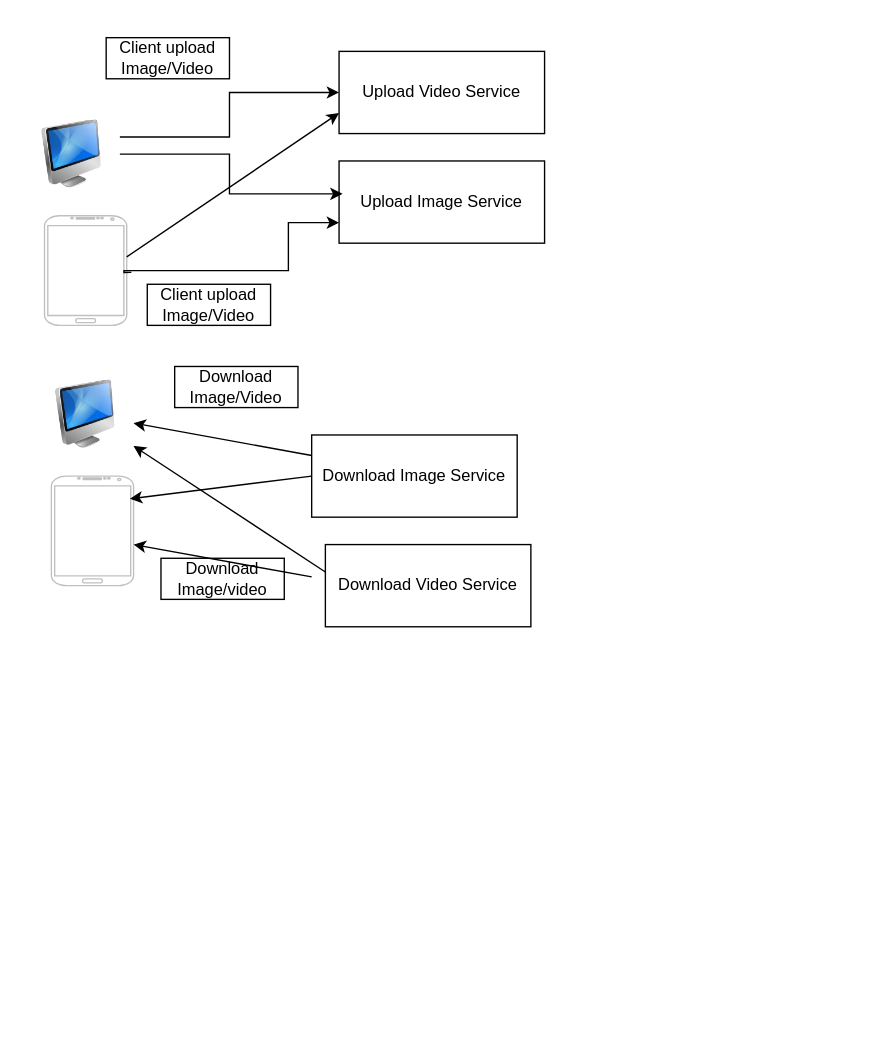
Earlier version of the draw.io diagram Untitled Diagram.drawio (kumar4887/hello-world). Source tidied: cells renumbered, new cells numbered last; positions are measured from the earlier drawing's top-left corner, leaving out a move shared by most shapes. Both pictures are drawn from the tidied source at 137%, with x=0, y=0 at pixel (23, 37).
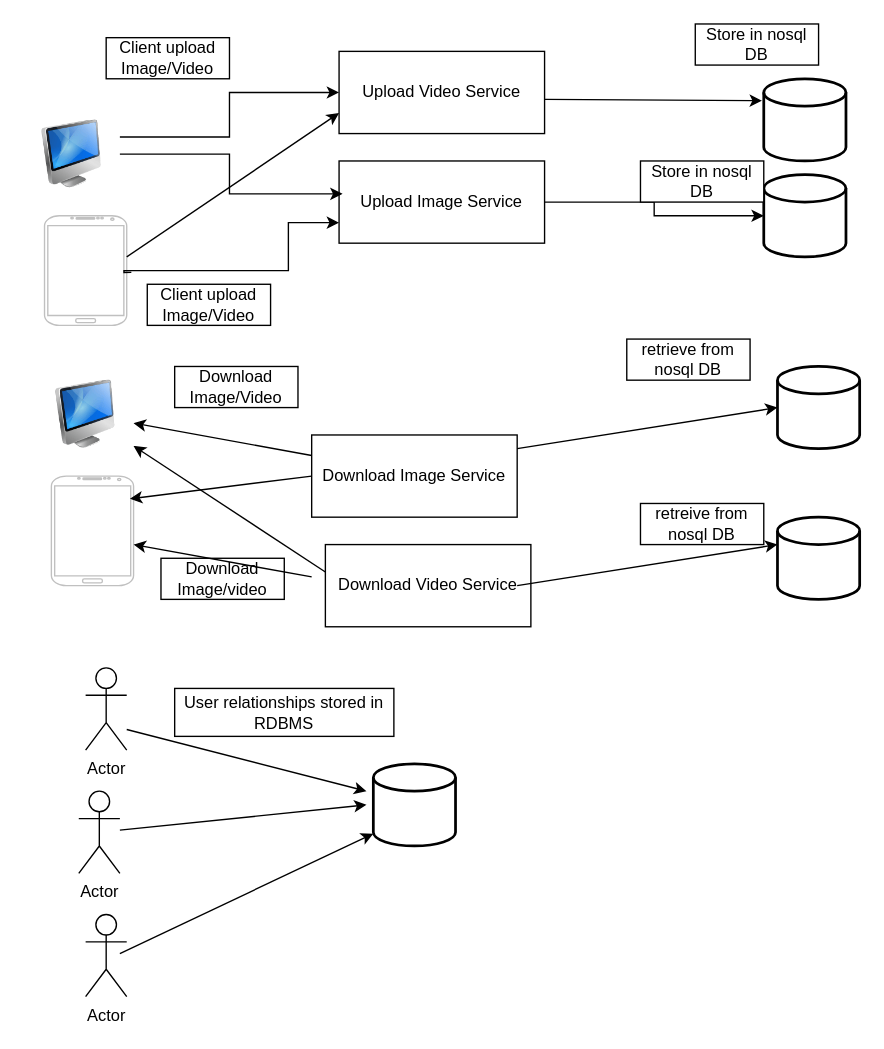
The same diagram, later.

The change refers to these unchanged cells:
```xml
<mxCell id="2" value="Upload Image Service" style="rounded=0;whiteSpace=wrap;html=1;" parent="1" vertex="1">
  <mxGeometry x="230" y="90" width="150" height="60" as="geometry" />
</mxCell>
```

What changed in the source:
```diff
@@
+    <mxCell id="23" style="edgeStyle=orthogonalEdgeStyle;rounded=0;jettySize=auto;html=1;exitX=1;exitY=0.5;exitDx=0;exitDy=0;entryX=0;entryY=0.5;entryDx=0;entryDy=0;entryPerimeter=0;" parent="1" edge="1" source="2" target="25">
+      <mxGeometry relative="1" as="geometry" />
+    </mxCell>
@@
+    <mxCell id="24" style="strokeWidth=2;html=1;shape=mxgraph.flowchart.database;whiteSpace=wrap;" parent="1" vertex="1">
+      <mxGeometry x="540" y="30" width="60" height="60" as="geometry" />
+    </mxCell>
+    <mxCell id="25" style="strokeWidth=2;html=1;shape=mxgraph.flowchart.database;whiteSpace=wrap;" parent="1" vertex="1">
+      <mxGeometry x="540" y="100" width="60" height="60" as="geometry" />
+    </mxCell>
+    <mxCell id="26" style="endArrow=classic;html=1;rounded=0;entryX=-0.022;entryY=0.267;entryDx=0;entryDy=0;entryPerimeter=0;" parent="1" edge="1" target="24">
+      <mxGeometry relative="1" as="geometry">
+        <mxPoint x="380" y="45" as="sourcePoint" />
+      </mxGeometry>
+    </mxCell>
+    <mxCell id="27" style="strokeWidth=2;html=1;shape=mxgraph.flowchart.database;whiteSpace=wrap;" parent="1" vertex="1">
+      <mxGeometry x="550" y="240" width="60" height="60" as="geometry" />
+    </mxCell>
+    <mxCell id="28" style="endArrow=classic;html=1;rounded=0;entryX=0;entryY=0.5;entryDx=0;entryDy=0;entryPerimeter=0;" parent="1" edge="1" target="27">
+      <mxGeometry relative="1" as="geometry">
+        <mxPoint x="360" y="300" as="sourcePoint" />
+      </mxGeometry>
+    </mxCell>
+    <mxCell id="29" style="strokeWidth=2;html=1;shape=mxgraph.flowchart.database;whiteSpace=wrap;" parent="1" vertex="1">
+      <mxGeometry x="550" y="350" width="60" height="60" as="geometry" />
+    </mxCell>
+    <mxCell id="30" style="endArrow=classic;html=1;rounded=0;entryX=0;entryY=0.5;entryDx=0;entryDy=0;entryPerimeter=0;" parent="1" edge="1">
+      <mxGeometry relative="1" as="geometry">
+        <mxPoint x="360" y="400" as="sourcePoint" />
+        <mxPoint x="550" y="370" as="targetPoint" />
+      </mxGeometry>
+    </mxCell>
+    <mxCell id="31" value="Store in nosql DB" style="whiteSpace=wrap;html=1;" parent="1" vertex="1">
+      <mxGeometry x="490" y="-10" width="90" height="30" as="geometry" />
+    </mxCell>
+    <mxCell id="32" value="Store in nosql DB" style="whiteSpace=wrap;html=1;" parent="1" vertex="1">
+      <mxGeometry x="450" y="90" width="90" height="30" as="geometry" />
+    </mxCell>
+    <mxCell id="33" value="retrieve from nosql DB" style="whiteSpace=wrap;html=1;" parent="1" vertex="1">
+      <mxGeometry x="440" y="220" width="90" height="30" as="geometry" />
+    </mxCell>
+    <mxCell id="34" value="retreive from nosql DB" style="whiteSpace=wrap;html=1;" parent="1" vertex="1">
+      <mxGeometry x="450" y="340" width="90" height="30" as="geometry" />
+    </mxCell>
+    <mxCell id="35" value="Actor" style="shape=umlActor;verticalLabelPosition=bottom;verticalAlign=top;html=1;" parent="1" vertex="1">
+      <mxGeometry x="45" y="460" width="30" height="60" as="geometry" />
+    </mxCell>
+    <mxCell id="36" value="Actor" style="shape=umlActor;verticalLabelPosition=bottom;verticalAlign=top;html=1;outlineConnect=0;" parent="1" vertex="1">
+      <mxGeometry x="40" y="550" width="30" height="60" as="geometry" />
+    </mxCell>
+    <mxCell id="37" value="Actor" style="shape=umlActor;verticalLabelPosition=bottom;verticalAlign=top;html=1;" parent="1" vertex="1">
+      <mxGeometry x="45" y="640" width="30" height="60" as="geometry" />
+    </mxCell>
+    <mxCell id="38" style="strokeWidth=2;html=1;shape=mxgraph.flowchart.database;whiteSpace=wrap;" parent="1" vertex="1">
+      <mxGeometry x="255" y="530" width="60" height="60" as="geometry" />
+    </mxCell>
+    <mxCell id="39" style="endArrow=classic;html=1;rounded=0;" parent="1" edge="1">
+      <mxGeometry relative="1" as="geometry">
+        <mxPoint x="75" y="505" as="sourcePoint" />
+        <mxPoint x="250" y="550" as="targetPoint" />
+      </mxGeometry>
+    </mxCell>
+    <mxCell id="40" style="endArrow=classic;html=1;rounded=0;" parent="1" edge="1" source="36">
+      <mxGeometry relative="1" as="geometry">
+        <mxPoint x="250" y="560" as="targetPoint" />
+      </mxGeometry>
+    </mxCell>
+    <mxCell id="41" style="endArrow=classic;html=1;rounded=0;entryX=0;entryY=0.85;entryDx=0;entryDy=0;entryPerimeter=0;" parent="1" edge="1" target="38">
+      <mxGeometry relative="1" as="geometry">
+        <mxPoint x="70" y="668.5" as="sourcePoint" />
+      </mxGeometry>
+    </mxCell>
+    <mxCell id="42" value="User relationships stored in RDBMS" style="whiteSpace=wrap;html=1;" parent="1" vertex="1">
+      <mxGeometry x="110" y="475" width="160" height="35" as="geometry" />
+    </mxCell>
```
